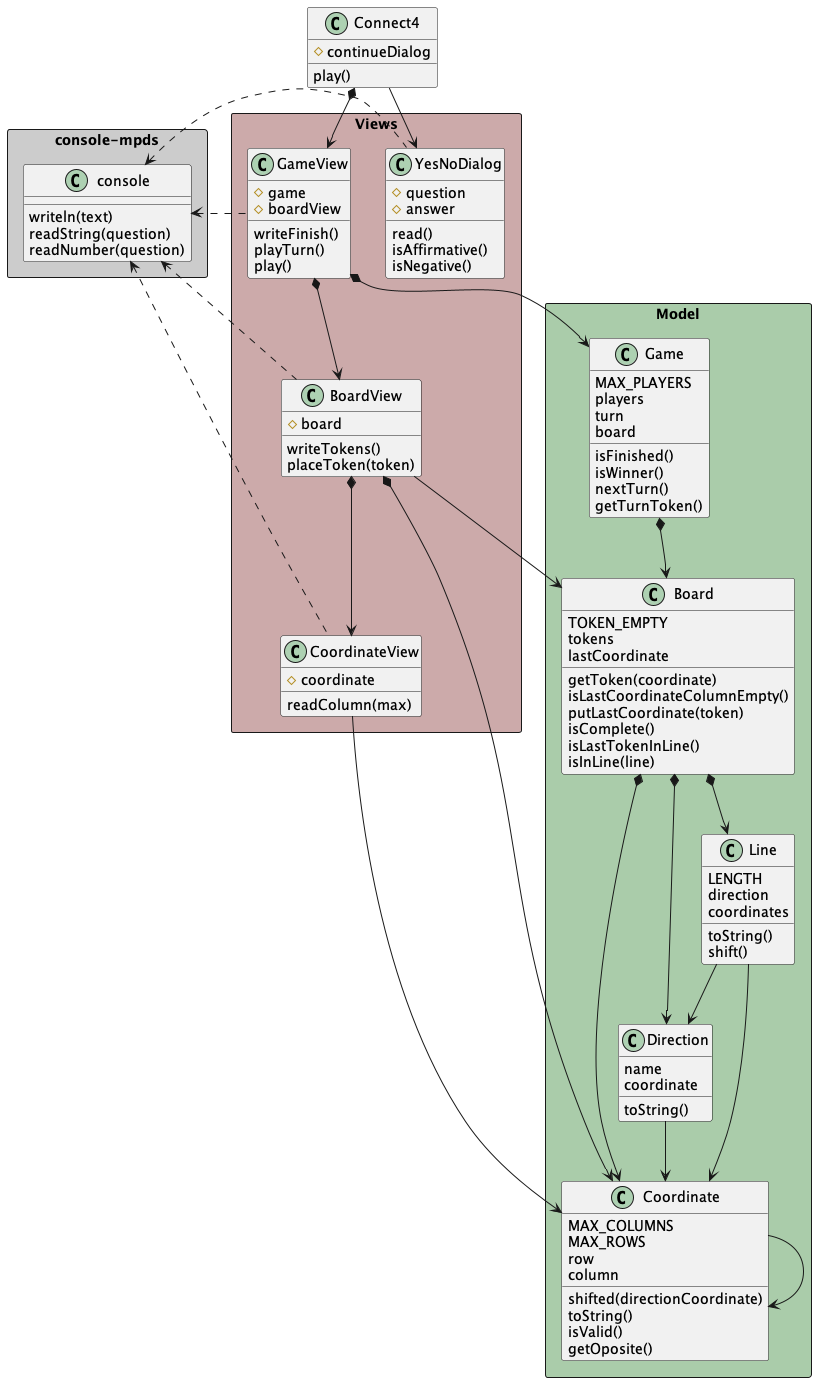
Above: game-connect4/docs/diagrams/objectOriented/constructorFunction/class diagram/connect4_constructorFunction_classdiagram.png in mpaulaherrero/escuelaIT (PlantUML), before the change.
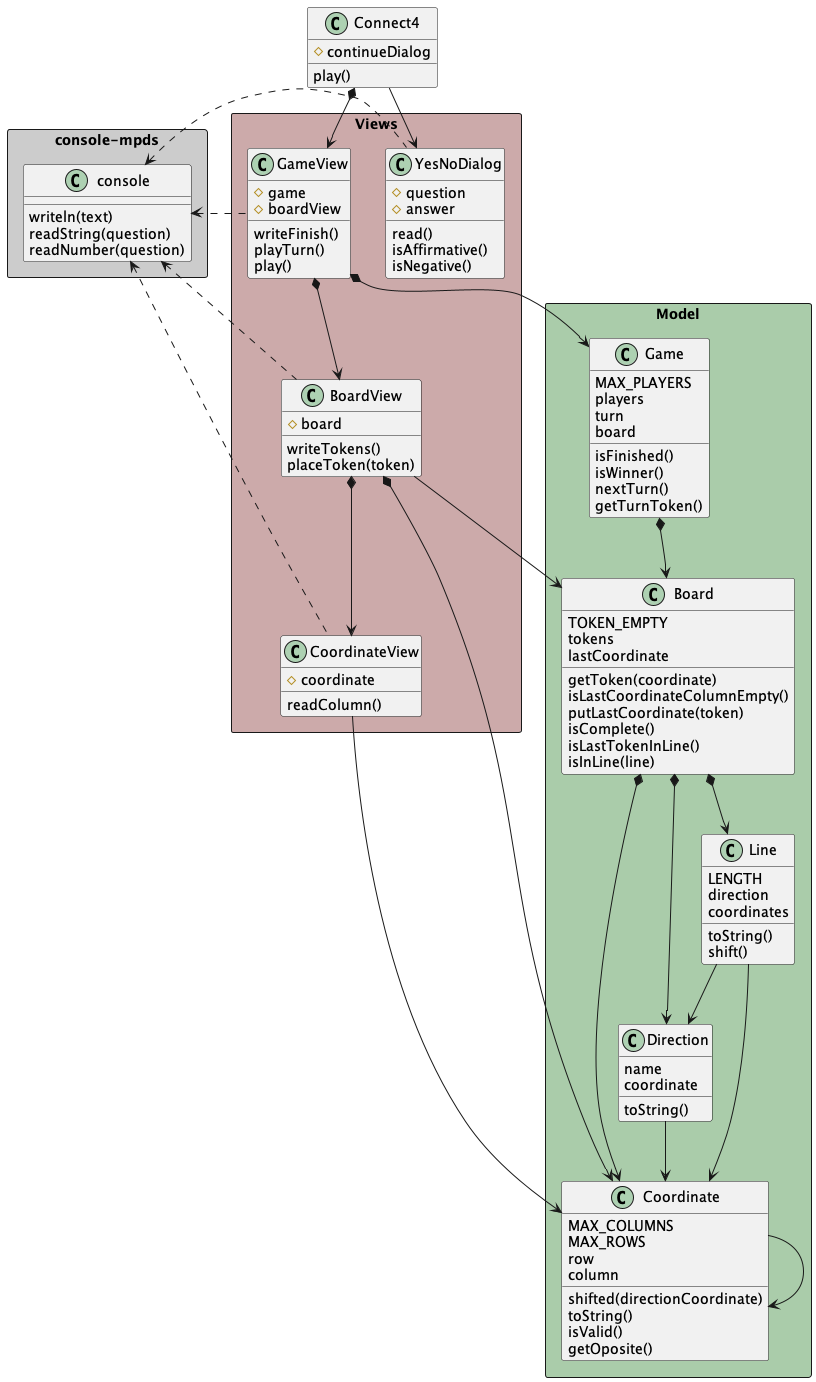
The same diagram one commit later.

Commit message:
arreglar diagrama y mod nombre directionCoordinate

What changed in the source:
```diff
@@ -61,7 +61,7 @@
 package "Views" <<Rectangle>> #caa {
     class CoordinateView {
         #coordinate
-        readColumn(max)
+        readColumn()
     }
 
     class BoardView{
```
